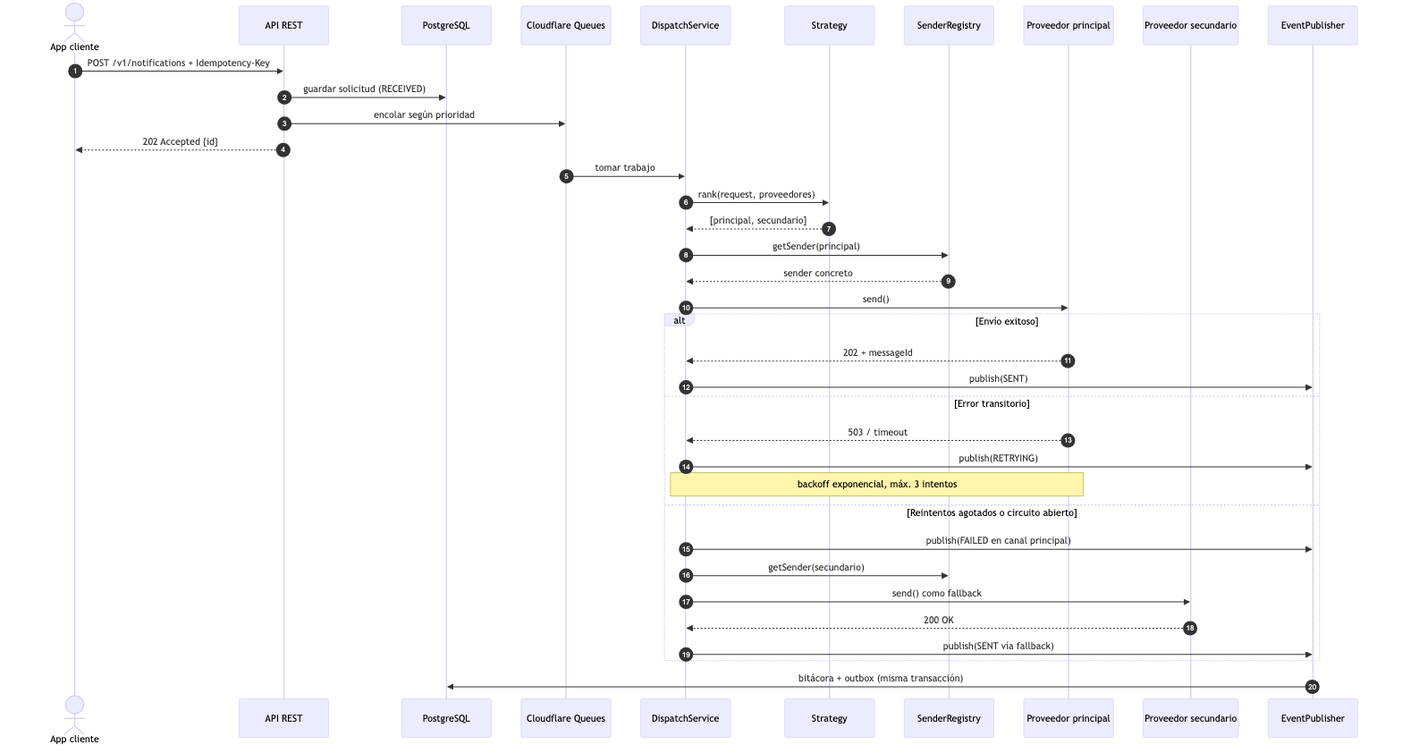
Before: docs/diagrams/render/05-secuencia-envio.png, a diagram exported from Mermaid (joseraulsoriano/notifyhub). Its source is kept beside it as docs/diagrams/05-secuencia-envio.mmd.
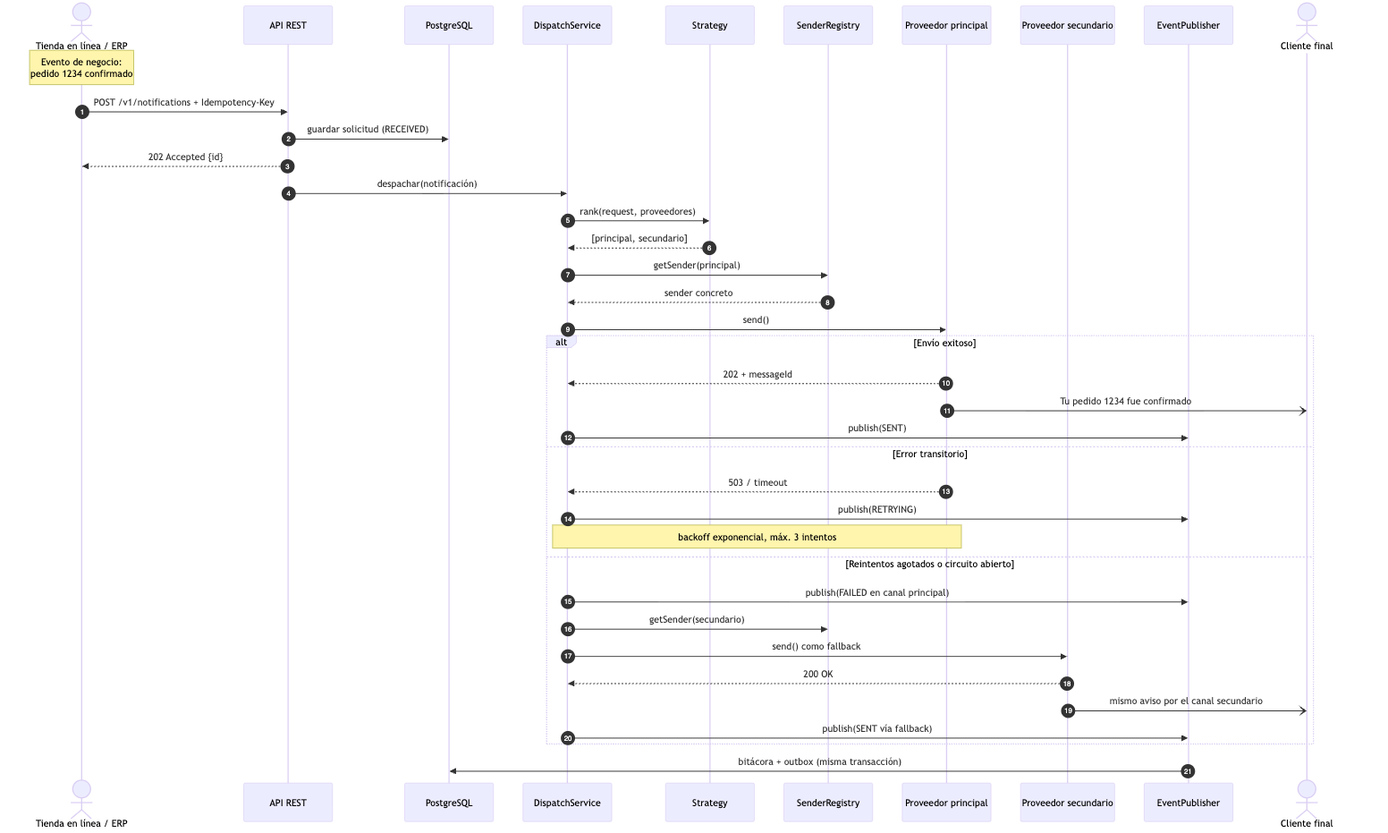
Above is the later version.

Change to the diagram source:
```diff
@@ -1,20 +1,20 @@
 sequenceDiagram
   autonumber
-  actor C as App cliente
+  actor T as Tienda en línea / ERP
   participant API as API REST
   participant DB as PostgreSQL
-  participant Q as Cloudflare Queues
   participant D as DispatchService
   participant S as Strategy
   participant F as SenderRegistry
   participant P1 as Proveedor principal
   participant P2 as Proveedor secundario
   participant E as EventPublisher
-  C->>API: POST /v1/notifications + Idempotency-Key
+  actor B as Cliente final
+  Note over T: Evento de negocio:<br/>pedido 1234 confirmado
+  T->>API: POST /v1/notifications + Idempotency-Key
   API->>DB: guardar solicitud (RECEIVED)
-  API->>Q: encolar según prioridad
-  API-->>C: 202 Accepted {id}
-  Q->>D: tomar trabajo
+  API-->>T: 202 Accepted {id}
+  API->>D: despachar(notificación)
   D->>S: rank(request, proveedores)
   S-->>D: [principal, secundario]
   D->>F: getSender(principal)
@@ -22,6 +22,7 @@
   D->>P1: send()
   alt Envío exitoso
     P1-->>D: 202 + messageId
+    P1-)B: Tu pedido 1234 fue confirmado
     D->>E: publish(SENT)
   else Error transitorio
     P1-->>D: 503 / timeout
@@ -32,6 +33,7 @@
     D->>F: getSender(secundario)
     D->>P2: send() como fallback
     P2-->>D: 200 OK
+    P2-)B: mismo aviso por el canal secundario
     D->>E: publish(SENT vía fallback)
   end
   E->>DB: bitácora + outbox (misma transacción)
```
